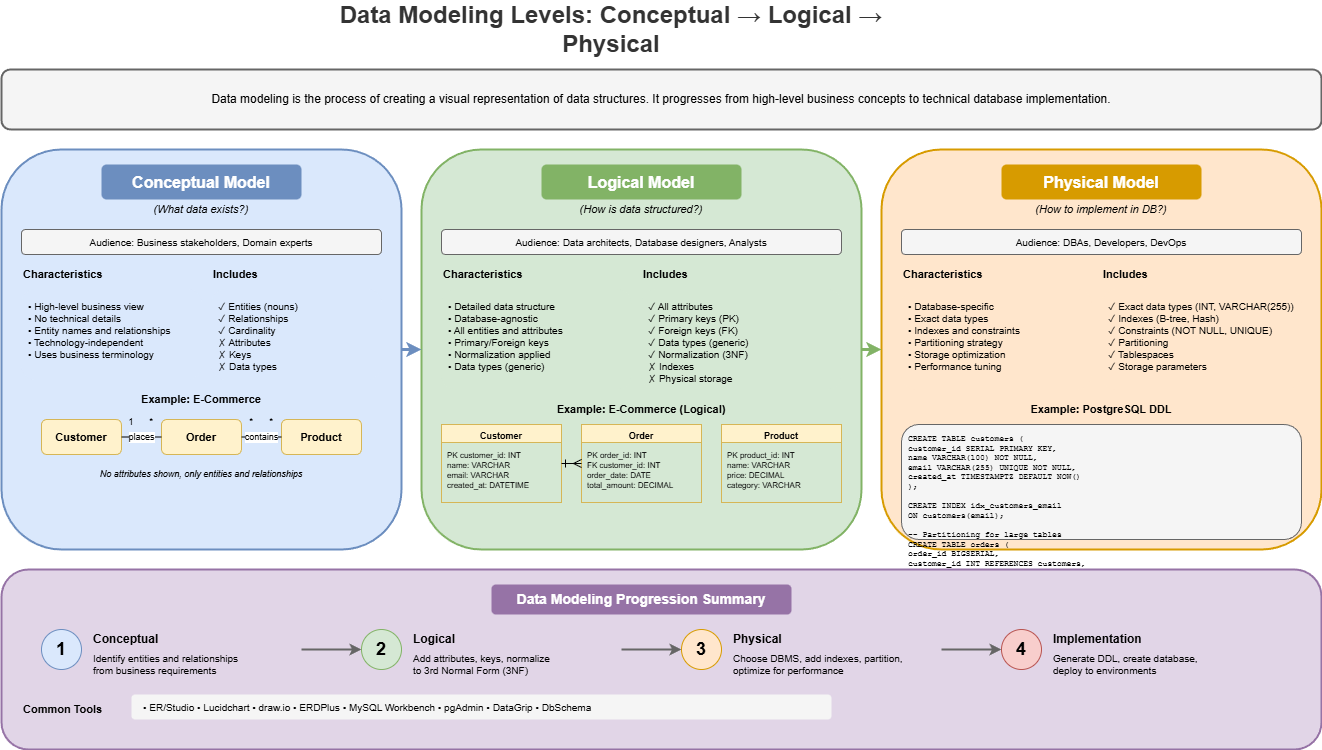
This is lesson-01-software-design-architecture/diagrams/5.1-data-modeling-levels.png from MrParkerZ7/document-lesson-software-architect-x-claude, a draw.io export, as it was before one commit. Source tidied: cells renumbered, new cells last; positions are measured from the earlier drawing's top-left corner, leaving out a move shared by most shapes.
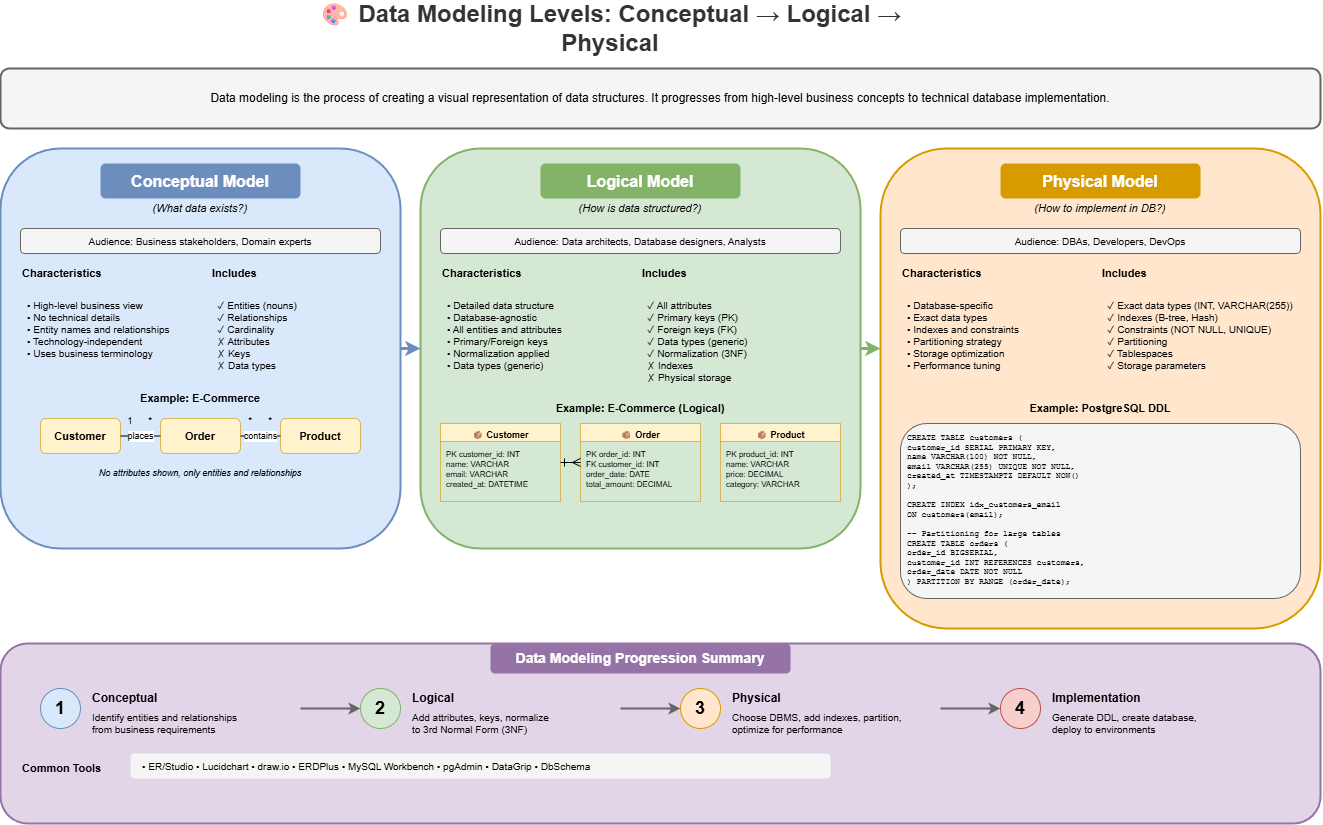
The same diagram one commit later.

The edit, as a diff of the source:
```diff
@@ -2,7 +2,7 @@
   <root>
     <mxCell id="0" />
     <mxCell id="1" parent="0" />
-    <mxCell id="2" value="Data Modeling Levels: Conceptual → Logical → Physical" style="text;html=1;strokeColor=none;fillColor=none;align=center;verticalAlign=middle;whiteSpace=wrap;rounded=0;fontSize=24;fontStyle=1;fontColor=#333333;" parent="1" vertex="1">
+    <mxCell id="2" value="🎨 Data Modeling Levels: Conceptual → Logical → Physical" style="text;html=1;strokeColor=none;fillColor=none;align=center;verticalAlign=middle;whiteSpace=wrap;rounded=0;fontSize=24;fontStyle=1;fontColor=#333333;" parent="1" vertex="1">
       <mxGeometry x="310" width="600" height="40" as="geometry" />
     </mxCell>
     <mxCell id="3" style="rounded=1;whiteSpace=wrap;html=1;fillColor=#f5f5f5;strokeColor=#666666;strokeWidth=2;" parent="1" vertex="1">
@@ -95,19 +95,19 @@
     <mxCell id="32" value="Example: E-Commerce (Logical)" style="text;html=1;strokeColor=none;fillColor=none;align=center;verticalAlign=middle;whiteSpace=wrap;rounded=0;fontSize=11;fontStyle=1;" parent="1" vertex="1">
       <mxGeometry x="540" y="390" width="200" height="20" as="geometry" />
     </mxCell>
-    <mxCell id="33" value="Customer" style="swimlane;fontStyle=1;align=center;verticalAlign=top;horizontal=1;startSize=18;fillColor=#fff2cc;strokeColor=#d6b656;fontSize=9;" parent="1" vertex="1">
+    <mxCell id="33" value="📦 Customer" style="swimlane;fontStyle=1;align=center;verticalAlign=top;horizontal=1;startSize=18;fillColor=#fff2cc;strokeColor=#d6b656;fontSize=9;" parent="1" vertex="1">
       <mxGeometry x="440" y="415" width="120" height="78" as="geometry" />
     </mxCell>
     <mxCell id="34" value="PK customer_id: INT&#10;name: VARCHAR&#10;email: VARCHAR&#10;created_at: DATETIME" style="text;strokeColor=none;fillColor=none;align=left;verticalAlign=top;spacingLeft=4;spacingTop=2;overflow=hidden;fontSize=8;" parent="33" vertex="1">
       <mxGeometry y="18" width="120" height="60" as="geometry" />
     </mxCell>
-    <mxCell id="35" value="Order" style="swimlane;fontStyle=1;align=center;verticalAlign=top;horizontal=1;startSize=18;fillColor=#fff2cc;strokeColor=#d6b656;fontSize=9;" parent="1" vertex="1">
+    <mxCell id="35" value="📦 Order" style="swimlane;fontStyle=1;align=center;verticalAlign=top;horizontal=1;startSize=18;fillColor=#fff2cc;strokeColor=#d6b656;fontSize=9;" parent="1" vertex="1">
       <mxGeometry x="580" y="415" width="120" height="78" as="geometry" />
     </mxCell>
     <mxCell id="36" value="PK order_id: INT&#10;FK customer_id: INT&#10;order_date: DATE&#10;total_amount: DECIMAL" style="text;strokeColor=none;fillColor=none;align=left;verticalAlign=top;spacingLeft=4;spacingTop=2;overflow=hidden;fontSize=8;" parent="35" vertex="1">
       <mxGeometry y="18" width="120" height="60" as="geometry" />
     </mxCell>
-    <mxCell id="37" value="Product" style="swimlane;fontStyle=1;align=center;verticalAlign=top;horizontal=1;startSize=18;fillColor=#fff2cc;strokeColor=#d6b656;fontSize=9;" parent="1" vertex="1">
+    <mxCell id="37" value="📦 Product" style="swimlane;fontStyle=1;align=center;verticalAlign=top;horizontal=1;startSize=18;fillColor=#fff2cc;strokeColor=#d6b656;fontSize=9;" parent="1" vertex="1">
       <mxGeometry x="720" y="415" width="120" height="78" as="geometry" />
     </mxCell>
     <mxCell id="38" value="PK product_id: INT&#10;name: VARCHAR&#10;price: DECIMAL&#10;category: VARCHAR" style="text;strokeColor=none;fillColor=none;align=left;verticalAlign=top;spacingLeft=4;spacingTop=2;overflow=hidden;fontSize=8;" parent="37" vertex="1">
@@ -120,7 +120,7 @@
       </mxGeometry>
     </mxCell>
     <mxCell id="40" style="rounded=1;whiteSpace=wrap;html=1;fillColor=#ffe6cc;strokeColor=#d79b00;strokeWidth=2;" parent="1" vertex="1">
-      <mxGeometry x="880" y="140" width="440" height="400" as="geometry" />
+      <mxGeometry x="880" y="140" width="440" height="480" as="geometry" />
     </mxCell>
     <mxCell id="41" value="Physical Model" style="text;html=1;strokeColor=none;fillColor=#d79b00;align=center;verticalAlign=middle;whiteSpace=wrap;rounded=1;fontSize=16;fontStyle=1;fontColor=#ffffff;" parent="1" vertex="1">
       <mxGeometry x="1000" y="155" width="200" height="35" as="geometry" />
@@ -147,7 +147,7 @@
       <mxGeometry x="1000" y="390" width="200" height="20" as="geometry" />
     </mxCell>
     <mxCell id="49" value="CREATE TABLE customers (&#10;  customer_id SERIAL PRIMARY KEY,&#10;  name VARCHAR(100) NOT NULL,&#10;  email VARCHAR(255) UNIQUE NOT NULL,&#10;  created_at TIMESTAMPTZ DEFAULT NOW()&#10;);&#10;&#10;CREATE INDEX idx_customers_email&#10;  ON customers(email);&#10;&#10;-- Partitioning for large tables&#10;CREATE TABLE orders (&#10;  order_id BIGSERIAL,&#10;  customer_id INT REFERENCES customers,&#10;  order_date DATE NOT NULL&#10;) PARTITION BY RANGE (order_date);" style="text;html=1;strokeColor=#666666;fillColor=#f5f5f5;align=left;verticalAlign=top;whiteSpace=wrap;rounded=1;fontSize=8;fontFamily=Courier New;spacingLeft=5;spacingTop=3;" parent="1" vertex="1">
-      <mxGeometry x="900" y="415" width="400" height="115" as="geometry" />
+      <mxGeometry x="900" y="415" width="400" height="175" as="geometry" />
     </mxCell>
     <mxCell id="50" style="endArrow=classic;html=1;strokeWidth=3;strokeColor=#6c8ebf;" parent="1" edge="1">
       <mxGeometry relative="1" as="geometry">
@@ -162,70 +162,70 @@
       </mxGeometry>
     </mxCell>
     <mxCell id="52" style="rounded=1;whiteSpace=wrap;html=1;fillColor=#e1d5e7;strokeColor=#9673a6;strokeWidth=2;" parent="1" vertex="1">
-      <mxGeometry y="560" width="1320" height="180" as="geometry" />
+      <mxGeometry y="635" width="1320" height="180" as="geometry" />
     </mxCell>
     <mxCell id="53" value="Data Modeling Progression Summary" style="text;html=1;strokeColor=none;fillColor=#9673a6;align=center;verticalAlign=middle;whiteSpace=wrap;rounded=1;fontSize=14;fontStyle=1;fontColor=#ffffff;" parent="1" vertex="1">
-      <mxGeometry x="490" y="575" width="300" height="30" as="geometry" />
+      <mxGeometry x="490" y="635" width="300" height="30" as="geometry" />
     </mxCell>
     <mxCell id="54" value="1" style="ellipse;whiteSpace=wrap;html=1;fillColor=#dae8fc;strokeColor=#6c8ebf;fontSize=18;fontStyle=1;" parent="1" vertex="1">
-      <mxGeometry x="40" y="620" width="40" height="40" as="geometry" />
+      <mxGeometry x="40" y="680" width="40" height="40" as="geometry" />
     </mxCell>
     <mxCell id="55" value="Conceptual" style="text;html=1;strokeColor=none;fillColor=none;align=left;verticalAlign=middle;whiteSpace=wrap;rounded=0;fontSize=12;fontStyle=1;" parent="1" vertex="1">
-      <mxGeometry x="90" y="620" width="100" height="20" as="geometry" />
+      <mxGeometry x="90" y="680" width="100" height="20" as="geometry" />
     </mxCell>
     <mxCell id="56" value="Identify entities and relationships&#10;from business requirements" style="text;html=1;strokeColor=none;fillColor=none;align=left;verticalAlign=middle;whiteSpace=wrap;rounded=0;fontSize=10;" parent="1" vertex="1">
-      <mxGeometry x="90" y="640" width="200" height="30" as="geometry" />
+      <mxGeometry x="90" y="700" width="200" height="30" as="geometry" />
     </mxCell>
     <mxCell id="57" value="2" style="ellipse;whiteSpace=wrap;html=1;fillColor=#d5e8d4;strokeColor=#82b366;fontSize=18;fontStyle=1;" parent="1" vertex="1">
-      <mxGeometry x="360" y="620" width="40" height="40" as="geometry" />
+      <mxGeometry x="360" y="680" width="40" height="40" as="geometry" />
     </mxCell>
     <mxCell id="58" value="Logical" style="text;html=1;strokeColor=none;fillColor=none;align=left;verticalAlign=middle;whiteSpace=wrap;rounded=0;fontSize=12;fontStyle=1;" parent="1" vertex="1">
-      <mxGeometry x="410" y="620" width="100" height="20" as="geometry" />
+      <mxGeometry x="410" y="680" width="100" height="20" as="geometry" />
     </mxCell>
     <mxCell id="59" value="Add attributes, keys, normalize&#10;to 3rd Normal Form (3NF)" style="text;html=1;strokeColor=none;fillColor=none;align=left;verticalAlign=middle;whiteSpace=wrap;rounded=0;fontSize=10;" parent="1" vertex="1">
-      <mxGeometry x="410" y="640" width="200" height="30" as="geometry" />
+      <mxGeometry x="410" y="700" width="200" height="30" as="geometry" />
     </mxCell>
     <mxCell id="60" value="3" style="ellipse;whiteSpace=wrap;html=1;fillColor=#ffe6cc;strokeColor=#d79b00;fontSize=18;fontStyle=1;" parent="1" vertex="1">
-      <mxGeometry x="680" y="620" width="40" height="40" as="geometry" />
+      <mxGeometry x="680" y="680" width="40" height="40" as="geometry" />
     </mxCell>
     <mxCell id="61" value="Physical" style="text;html=1;strokeColor=none;fillColor=none;align=left;verticalAlign=middle;whiteSpace=wrap;rounded=0;fontSize=12;fontStyle=1;" parent="1" vertex="1">
-      <mxGeometry x="730" y="620" width="100" height="20" as="geometry" />
+      <mxGeometry x="730" y="680" width="100" height="20" as="geometry" />
     </mxCell>
     <mxCell id="62" value="Choose DBMS, add indexes, partition,&#10;optimize for performance" style="text;html=1;strokeColor=none;fillColor=none;align=left;verticalAlign=middle;whiteSpace=wrap;rounded=0;fontSize=10;" parent="1" vertex="1">
-      <mxGeometry x="730" y="640" width="200" height="30" as="geometry" />
+      <mxGeometry x="730" y="700" width="200" height="30" as="geometry" />
     </mxCell>
     <mxCell id="63" value="4" style="ellipse;whiteSpace=wrap;html=1;fillColor=#f8cecc;strokeColor=#b85450;fontSize=18;fontStyle=1;" parent="1" vertex="1">
-      <mxGeometry x="1000" y="620" width="40" height="40" as="geometry" />
+      <mxGeometry x="1000" y="680" width="40" height="40" as="geometry" />
     </mxCell>
     <mxCell id="64" value="Implementation" style="text;html=1;strokeColor=none;fillColor=none;align=left;verticalAlign=middle;whiteSpace=wrap;rounded=0;fontSize=12;fontStyle=1;" parent="1" vertex="1">
-      <mxGeometry x="1050" y="620" width="120" height="20" as="geometry" />
+      <mxGeometry x="1050" y="680" width="120" height="20" as="geometry" />
     </mxCell>
     <mxCell id="65" value="Generate DDL, create database,&#10;deploy to environments" style="text;html=1;strokeColor=none;fillColor=none;align=left;verticalAlign=middle;whiteSpace=wrap;rounded=0;fontSize=10;" parent="1" vertex="1">
-      <mxGeometry x="1050" y="640" width="200" height="30" as="geometry" />
+      <mxGeometry x="1050" y="700" width="200" height="30" as="geometry" />
     </mxCell>
     <mxCell id="66" style="endArrow=classic;html=1;strokeWidth=2;strokeColor=#666666;" parent="1" edge="1">
       <mxGeometry relative="1" as="geometry">
-        <mxPoint x="300" y="640" as="sourcePoint" />
-        <mxPoint x="360" y="640" as="targetPoint" />
+        <mxPoint x="300" y="700" as="sourcePoint" />
+        <mxPoint x="360" y="700" as="targetPoint" />
       </mxGeometry>
     </mxCell>
     <mxCell id="67" style="endArrow=classic;html=1;strokeWidth=2;strokeColor=#666666;" parent="1" edge="1">
       <mxGeometry relative="1" as="geometry">
-        <mxPoint x="620" y="640" as="sourcePoint" />
-        <mxPoint x="680" y="640" as="targetPoint" />
+        <mxPoint x="620" y="700" as="sourcePoint" />
+        <mxPoint x="680" y="700" as="targetPoint" />
       </mxGeometry>
     </mxCell>
     <mxCell id="68" style="endArrow=classic;html=1;strokeWidth=2;strokeColor=#666666;" parent="1" edge="1">
       <mxGeometry relative="1" as="geometry">
-        <mxPoint x="940" y="640" as="sourcePoint" />
-        <mxPoint x="1000" y="640" as="targetPoint" />
+        <mxPoint x="940" y="700" as="sourcePoint" />
+        <mxPoint x="1000" y="700" as="targetPoint" />
       </mxGeometry>
     </mxCell>
     <mxCell id="69" value="Common Tools" style="text;html=1;strokeColor=none;fillColor=none;align=left;verticalAlign=middle;whiteSpace=wrap;rounded=0;fontSize=11;fontStyle=1;" parent="1" vertex="1">
-      <mxGeometry x="20" y="690" width="100" height="20" as="geometry" />
+      <mxGeometry x="20" y="750" width="100" height="20" as="geometry" />
     </mxCell>
     <mxCell id="70" value="• ER/Studio • Lucidchart • draw.io • ERDPlus • MySQL Workbench • pgAdmin • DataGrip • DbSchema" style="text;html=1;strokeColor=none;fillColor=#f5f5f5;align=left;verticalAlign=middle;whiteSpace=wrap;rounded=1;fontSize=10;spacingLeft=10;" parent="1" vertex="1">
-      <mxGeometry x="130" y="685" width="700" height="25" as="geometry" />
+      <mxGeometry x="130" y="745" width="700" height="25" as="geometry" />
     </mxCell>
   </root>
 </mxGraphModel>
```
